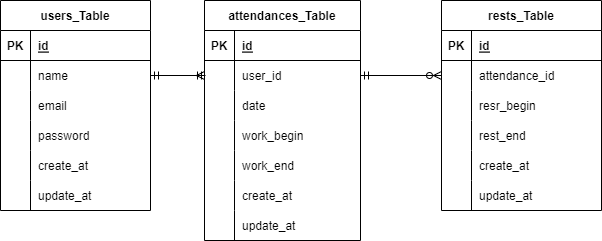
Before: src/.drawio.png, a diagram exported from draw.io (kanai-naoki/beginner_mission). Source tidied: cells renumbered, new cells last; positions are measured from the earlier drawing's top-left corner, leaving out a move shared by most shapes.
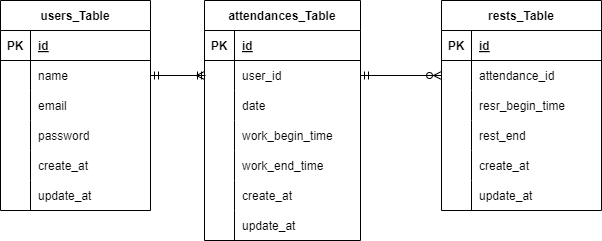
Above is the later version.

What changed in the source:
```diff
@@ -95,7 +95,7 @@
     <mxCell id="32" style="shape=partialRectangle;fillColor=none;top=0;left=0;bottom=0;right=0;overflow=hidden;" parent="31" vertex="1">
       <mxGeometry width="30" height="30" as="geometry" />
     </mxCell>
-    <mxCell id="33" value="work_begin" style="shape=partialRectangle;fillColor=none;top=0;left=0;bottom=0;right=0;align=left;spacingLeft=6;overflow=hidden;" parent="31" vertex="1">
+    <mxCell id="33" value="work_begin_time" style="shape=partialRectangle;fillColor=none;top=0;left=0;bottom=0;right=0;align=left;spacingLeft=6;overflow=hidden;" parent="31" vertex="1">
       <mxGeometry x="30" width="126" height="30" as="geometry" />
     </mxCell>
     <mxCell id="34" style="shape=tableRow;horizontal=0;startSize=0;swimlaneHead=0;swimlaneBody=0;fillColor=none;top=0;left=0;right=0;bottom=0;" parent="21" vertex="1">
@@ -104,7 +104,7 @@
     <mxCell id="35" style="shape=partialRectangle;fillColor=none;top=0;left=0;bottom=0;right=0;overflow=hidden;" parent="34" vertex="1">
       <mxGeometry width="30" height="30" as="geometry" />
     </mxCell>
-    <mxCell id="36" value="work_end" style="shape=partialRectangle;fillColor=none;top=0;left=0;bottom=0;right=0;align=left;spacingLeft=6;overflow=hidden;" parent="34" vertex="1">
+    <mxCell id="36" value="work_end_time" style="shape=partialRectangle;fillColor=none;top=0;left=0;bottom=0;right=0;align=left;spacingLeft=6;overflow=hidden;" parent="34" vertex="1">
       <mxGeometry x="30" width="126" height="30" as="geometry" />
     </mxCell>
     <mxCell id="37" style="shape=tableRow;horizontal=0;startSize=0;swimlaneHead=0;swimlaneBody=0;fillColor=none;top=0;left=0;right=0;bottom=0;" parent="21" vertex="1">
@@ -162,7 +162,7 @@
     <mxCell id="53" style="shape=partialRectangle;fillColor=none;top=0;left=0;bottom=0;right=0;overflow=hidden;" parent="52" vertex="1">
       <mxGeometry width="30" height="30" as="geometry" />
     </mxCell>
-    <mxCell id="54" value="resr_begin" style="shape=partialRectangle;fillColor=none;top=0;left=0;bottom=0;right=0;align=left;spacingLeft=6;overflow=hidden;" parent="52" vertex="1">
+    <mxCell id="54" value="resr_begin_time" style="shape=partialRectangle;fillColor=none;top=0;left=0;bottom=0;right=0;align=left;spacingLeft=6;overflow=hidden;" parent="52" vertex="1">
       <mxGeometry x="30" width="130" height="30" as="geometry" />
     </mxCell>
     <mxCell id="55" style="shape=tableRow;horizontal=0;startSize=0;swimlaneHead=0;swimlaneBody=0;fillColor=none;top=0;left=0;right=0;bottom=0;" parent="45" vertex="1">
```
